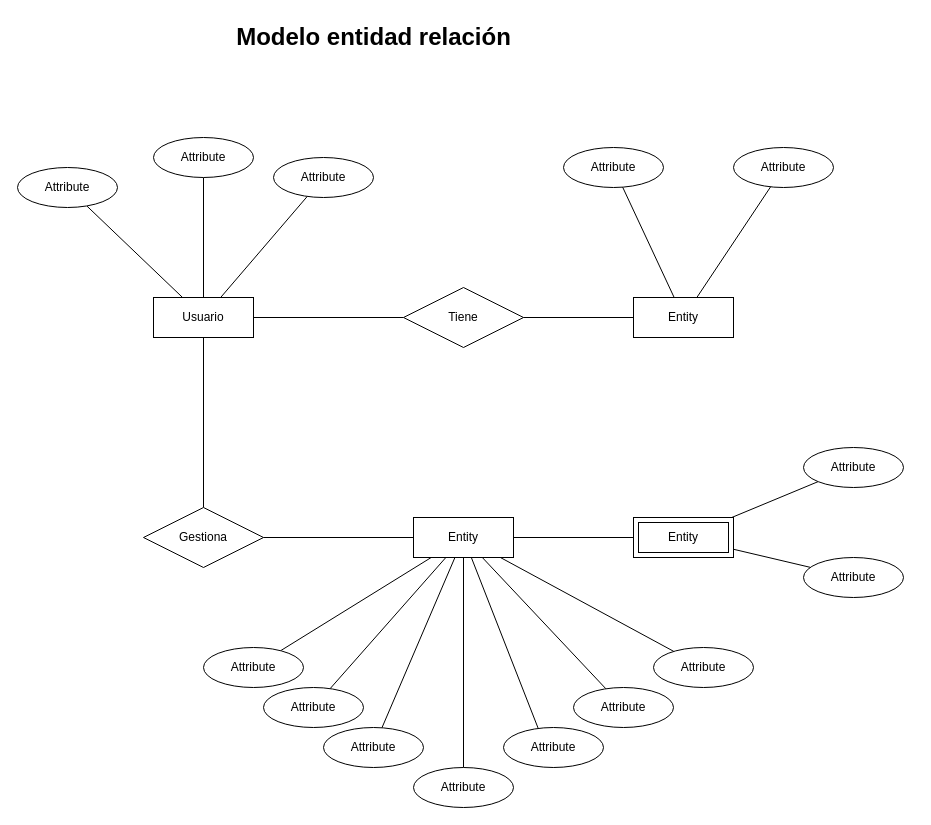
barloff2/Diagramas keeps this draw.io diagram as page "Modelo entidad relacion" (5 of 5) of Diagramas Stiven.drawio. Above is the earlier version. Source tidied: cells renumbered, new cells numbered last; positions are measured from the earlier drawing's top-left corner, leaving out a move shared by most shapes. Both pictures are drawn from the tidied source at 100%, with x=0, y=0 at pixel (17, 17).
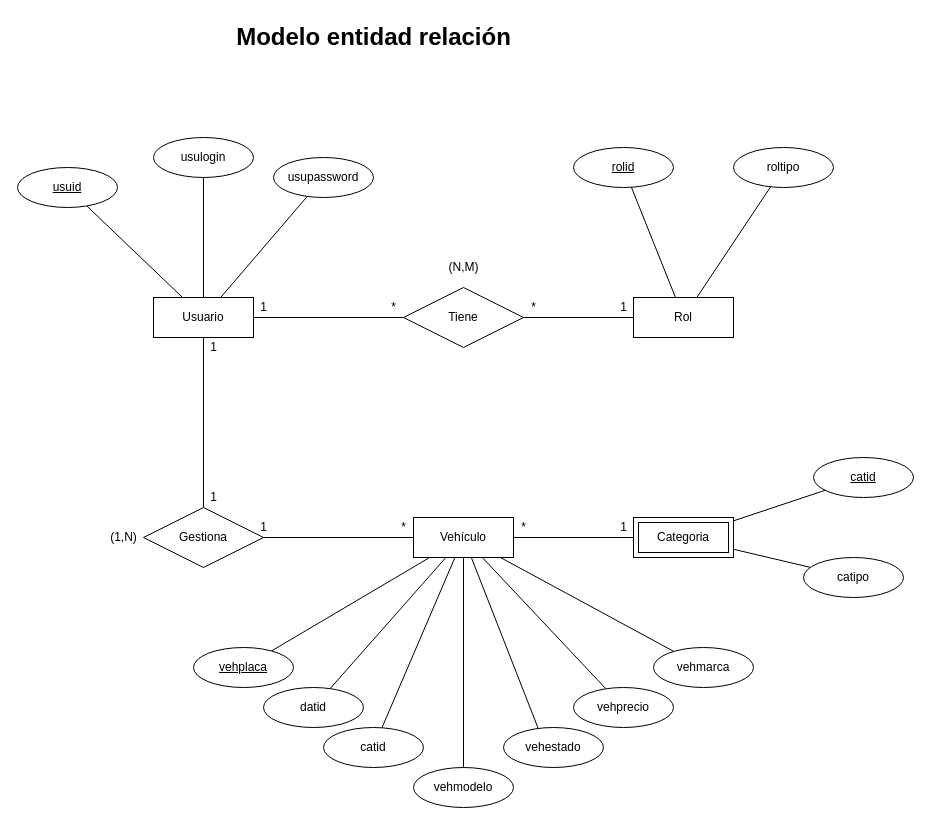
The same page after the edit.

Unchanged cells that the change refers to:
```xml
<mxCell id="8" value="Usuario" style="whiteSpace=wrap;html=1;align=center;" parent="1" vertex="1">
  <mxGeometry x="136" y="280" width="100" height="40" as="geometry" />
</mxCell>
```

Diff of the diagram source:
```diff
@@
-    <mxCell id="3" style="rounded=0;jettySize=auto;html=1;endArrow=none;endFill=0;" parent="1" edge="1" source="8" target="9">
+    <mxCell id="3" style="rounded=0;jettySize=auto;html=1;endArrow=none;endFill=0;" parent="1" edge="1" source="8" target="42">
       <mxGeometry relative="1" as="geometry" />
     </mxCell>
@@
-    <mxCell id="9" value="Attribute" style="ellipse;whiteSpace=wrap;html=1;align=center;" parent="1" vertex="1">
-      <mxGeometry y="150" width="100" height="40" as="geometry" />
-    </mxCell>
-    <mxCell id="10" value="Attribute" style="ellipse;whiteSpace=wrap;html=1;align=center;" parent="1" vertex="1">
+    <mxCell id="10" value="usulogin" style="ellipse;whiteSpace=wrap;html=1;align=center;" parent="1" vertex="1">
       <mxGeometry x="136" y="120" width="100" height="40" as="geometry" />
     </mxCell>
-    <mxCell id="11" value="Attribute" style="ellipse;whiteSpace=wrap;html=1;align=center;" parent="1" vertex="1">
+    <mxCell id="11" value="usupassword" style="ellipse;whiteSpace=wrap;html=1;align=center;" parent="1" vertex="1">
       <mxGeometry x="256" y="140" width="100" height="40" as="geometry" />
     </mxCell>
@@
-    <mxCell id="16" style="edgeStyle=none;rounded=0;jettySize=auto;html=1;endArrow=none;endFill=0;" parent="1" edge="1" source="23" target="33">
+    <mxCell id="16" style="edgeStyle=none;rounded=0;jettySize=auto;html=1;endArrow=none;endFill=0;" parent="1" edge="1" source="23" target="44">
       <mxGeometry relative="1" as="geometry" />
     </mxCell>
@@
-    <mxCell id="23" value="Entity" style="whiteSpace=wrap;html=1;align=center;" parent="1" vertex="1">
+    <mxCell id="23" value="Vehículo" style="whiteSpace=wrap;html=1;align=center;" parent="1" vertex="1">
       <mxGeometry x="396" y="500" width="100" height="40" as="geometry" />
     </mxCell>
-    <mxCell id="24" style="edgeStyle=none;rounded=0;jettySize=auto;html=1;entryX=0;entryY=1;entryDx=0;entryDy=0;endArrow=none;endFill=0;" parent="1" edge="1" source="26" target="36">
+    <mxCell id="24" style="edgeStyle=none;rounded=0;jettySize=auto;html=1;endArrow=none;endFill=0;" parent="1" edge="1" source="26" target="45">
       <mxGeometry relative="1" as="geometry" />
     </mxCell>
@@
-    <mxCell id="26" value="Entity" style="shape=ext;margin=3;double=1;whiteSpace=wrap;html=1;align=center;" parent="1" vertex="1">
+    <mxCell id="26" value="Categoria" style="shape=ext;margin=3;double=1;whiteSpace=wrap;html=1;align=center;" parent="1" vertex="1">
       <mxGeometry x="616" y="500" width="100" height="40" as="geometry" />
     </mxCell>
-    <mxCell id="27" value="Attribute" style="ellipse;whiteSpace=wrap;html=1;align=center;" parent="1" vertex="1">
-      <mxGeometry x="546" y="130" width="100" height="40" as="geometry" />
-    </mxCell>
-    <mxCell id="28" value="Attribute" style="ellipse;whiteSpace=wrap;html=1;align=center;" parent="1" vertex="1">
+    <mxCell id="28" value="roltipo" style="ellipse;whiteSpace=wrap;html=1;align=center;" parent="1" vertex="1">
       <mxGeometry x="716" y="130" width="100" height="40" as="geometry" />
     </mxCell>
-    <mxCell id="29" value="Attribute" style="ellipse;whiteSpace=wrap;html=1;align=center;" parent="1" vertex="1">
+    <mxCell id="29" value="vehmodelo" style="ellipse;whiteSpace=wrap;html=1;align=center;" parent="1" vertex="1">
       <mxGeometry x="396" y="750" width="100" height="40" as="geometry" />
     </mxCell>
-    <mxCell id="30" value="Attribute" style="ellipse;whiteSpace=wrap;html=1;align=center;" parent="1" vertex="1">
+    <mxCell id="30" value="vehprecio" style="ellipse;whiteSpace=wrap;html=1;align=center;" parent="1" vertex="1">
       <mxGeometry x="556" y="670" width="100" height="40" as="geometry" />
     </mxCell>
-    <mxCell id="31" value="Attribute" style="ellipse;whiteSpace=wrap;html=1;align=center;" parent="1" vertex="1">
+    <mxCell id="31" value="datid" style="ellipse;whiteSpace=wrap;html=1;align=center;" parent="1" vertex="1">
       <mxGeometry x="246" y="670" width="100" height="40" as="geometry" />
     </mxCell>
-    <mxCell id="32" value="Attribute" style="ellipse;whiteSpace=wrap;html=1;align=center;" parent="1" vertex="1">
+    <mxCell id="32" value="catid" style="ellipse;whiteSpace=wrap;html=1;align=center;" parent="1" vertex="1">
       <mxGeometry x="306" y="710" width="100" height="40" as="geometry" />
     </mxCell>
-    <mxCell id="33" value="Attribute" style="ellipse;whiteSpace=wrap;html=1;align=center;" parent="1" vertex="1">
-      <mxGeometry x="186" y="630" width="100" height="40" as="geometry" />
-    </mxCell>
-    <mxCell id="34" value="Attribute" style="ellipse;whiteSpace=wrap;html=1;align=center;" parent="1" vertex="1">
+    <mxCell id="34" value="vehmarca" style="ellipse;whiteSpace=wrap;html=1;align=center;" parent="1" vertex="1">
       <mxGeometry x="636" y="630" width="100" height="40" as="geometry" />
     </mxCell>
-    <mxCell id="35" value="Attribute" style="ellipse;whiteSpace=wrap;html=1;align=center;" parent="1" vertex="1">
+    <mxCell id="35" value="vehestado" style="ellipse;whiteSpace=wrap;html=1;align=center;" parent="1" vertex="1">
       <mxGeometry x="486" y="710" width="100" height="40" as="geometry" />
     </mxCell>
-    <mxCell id="36" value="Attribute" style="ellipse;whiteSpace=wrap;html=1;align=center;" parent="1" vertex="1">
-      <mxGeometry x="786" y="430" width="100" height="40" as="geometry" />
-    </mxCell>
-    <mxCell id="37" value="Attribute" style="ellipse;whiteSpace=wrap;html=1;align=center;" parent="1" vertex="1">
+    <mxCell id="37" value="catipo" style="ellipse;whiteSpace=wrap;html=1;align=center;" parent="1" vertex="1">
       <mxGeometry x="786" y="540" width="100" height="40" as="geometry" />
     </mxCell>
@@
-    <mxCell id="39" style="edgeStyle=none;rounded=0;jettySize=auto;html=1;endArrow=none;endFill=0;" parent="1" edge="1" source="41" target="27">
+    <mxCell id="39" style="edgeStyle=none;rounded=0;jettySize=auto;html=1;endArrow=none;endFill=0;" parent="1" edge="1" source="41" target="43">
       <mxGeometry relative="1" as="geometry" />
     </mxCell>
@@
-    <mxCell id="41" value="Entity" style="whiteSpace=wrap;html=1;align=center;" parent="1" vertex="1">
+    <mxCell id="41" value="Rol" style="whiteSpace=wrap;html=1;align=center;" parent="1" vertex="1">
       <mxGeometry x="616" y="280" width="100" height="40" as="geometry" />
     </mxCell>
+    <mxCell id="42" value="usuid" style="ellipse;whiteSpace=wrap;html=1;align=center;fontStyle=4;" parent="1" vertex="1">
+      <mxGeometry y="150" width="100" height="40" as="geometry" />
+    </mxCell>
+    <mxCell id="43" value="rolid" style="ellipse;whiteSpace=wrap;html=1;align=center;fontStyle=4;" parent="1" vertex="1">
+      <mxGeometry x="556" y="130" width="100" height="40" as="geometry" />
+    </mxCell>
+    <mxCell id="44" value="vehplaca" style="ellipse;whiteSpace=wrap;html=1;align=center;fontStyle=4;" parent="1" vertex="1">
+      <mxGeometry x="176" y="630" width="100" height="40" as="geometry" />
+    </mxCell>
+    <mxCell id="45" value="catid" style="ellipse;whiteSpace=wrap;html=1;align=center;fontStyle=4;" parent="1" vertex="1">
+      <mxGeometry x="796" y="440" width="100" height="40" as="geometry" />
+    </mxCell>
+    <mxCell id="46" value="1" style="text;html=1;align=center;verticalAlign=middle;strokeColor=none;fillColor=none;" parent="1" vertex="1">
+      <mxGeometry x="236" y="280" width="20" height="20" as="geometry" />
+    </mxCell>
+    <mxCell id="47" value="*" style="text;html=1;align=center;verticalAlign=middle;strokeColor=none;fillColor=none;" parent="1" vertex="1">
+      <mxGeometry x="366" y="280" width="20" height="20" as="geometry" />
+    </mxCell>
+    <mxCell id="48" value="*" style="text;html=1;align=center;verticalAlign=middle;strokeColor=none;fillColor=none;" parent="1" vertex="1">
+      <mxGeometry x="506" y="280" width="20" height="20" as="geometry" />
+    </mxCell>
+    <mxCell id="49" value="&lt;div&gt;1&lt;/div&gt;" style="text;html=1;align=center;verticalAlign=middle;strokeColor=none;fillColor=none;" parent="1" vertex="1">
+      <mxGeometry x="596" y="280" width="20" height="20" as="geometry" />
+    </mxCell>
+    <mxCell id="50" value="(N,M)" style="text;html=1;align=center;verticalAlign=middle;strokeColor=none;fillColor=none;" parent="1" vertex="1">
+      <mxGeometry x="426" y="240" width="40" height="20" as="geometry" />
+    </mxCell>
+    <mxCell id="51" value="1" style="text;html=1;align=center;verticalAlign=middle;strokeColor=none;fillColor=none;" parent="1" vertex="1">
+      <mxGeometry x="186" y="320" width="20" height="20" as="geometry" />
+    </mxCell>
+    <mxCell id="52" value="1" style="text;html=1;align=center;verticalAlign=middle;strokeColor=none;fillColor=none;" parent="1" vertex="1">
+      <mxGeometry x="186" y="470" width="20" height="20" as="geometry" />
+    </mxCell>
+    <mxCell id="53" value="*" style="text;html=1;align=center;verticalAlign=middle;strokeColor=none;fillColor=none;" parent="1" vertex="1">
+      <mxGeometry x="376" y="500" width="20" height="20" as="geometry" />
+    </mxCell>
+    <mxCell id="54" value="1" style="text;html=1;align=center;verticalAlign=middle;strokeColor=none;fillColor=none;" parent="1" vertex="1">
+      <mxGeometry x="236" y="500" width="20" height="20" as="geometry" />
+    </mxCell>
+    <mxCell id="55" value="(1,N)" style="text;html=1;align=center;verticalAlign=middle;strokeColor=none;fillColor=none;" parent="1" vertex="1">
+      <mxGeometry x="86" y="510" width="40" height="20" as="geometry" />
+    </mxCell>
+    <mxCell id="56" value="1" style="text;html=1;align=center;verticalAlign=middle;strokeColor=none;fillColor=none;" parent="1" vertex="1">
+      <mxGeometry x="596" y="500" width="20" height="20" as="geometry" />
+    </mxCell>
+    <mxCell id="57" value="&lt;div&gt;*&lt;/div&gt;" style="text;html=1;align=center;verticalAlign=middle;strokeColor=none;fillColor=none;" parent="1" vertex="1">
+      <mxGeometry x="496" y="500" width="20" height="20" as="geometry" />
+    </mxCell>
```
